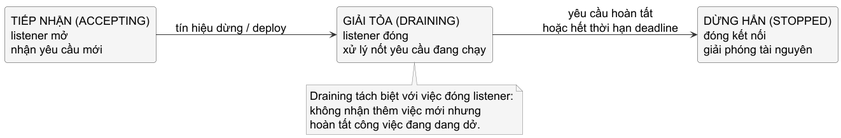
Before: assets/diagrams/http-service-lifecycle.png, a diagram exported from PlantUML (Minhlike/Golang).
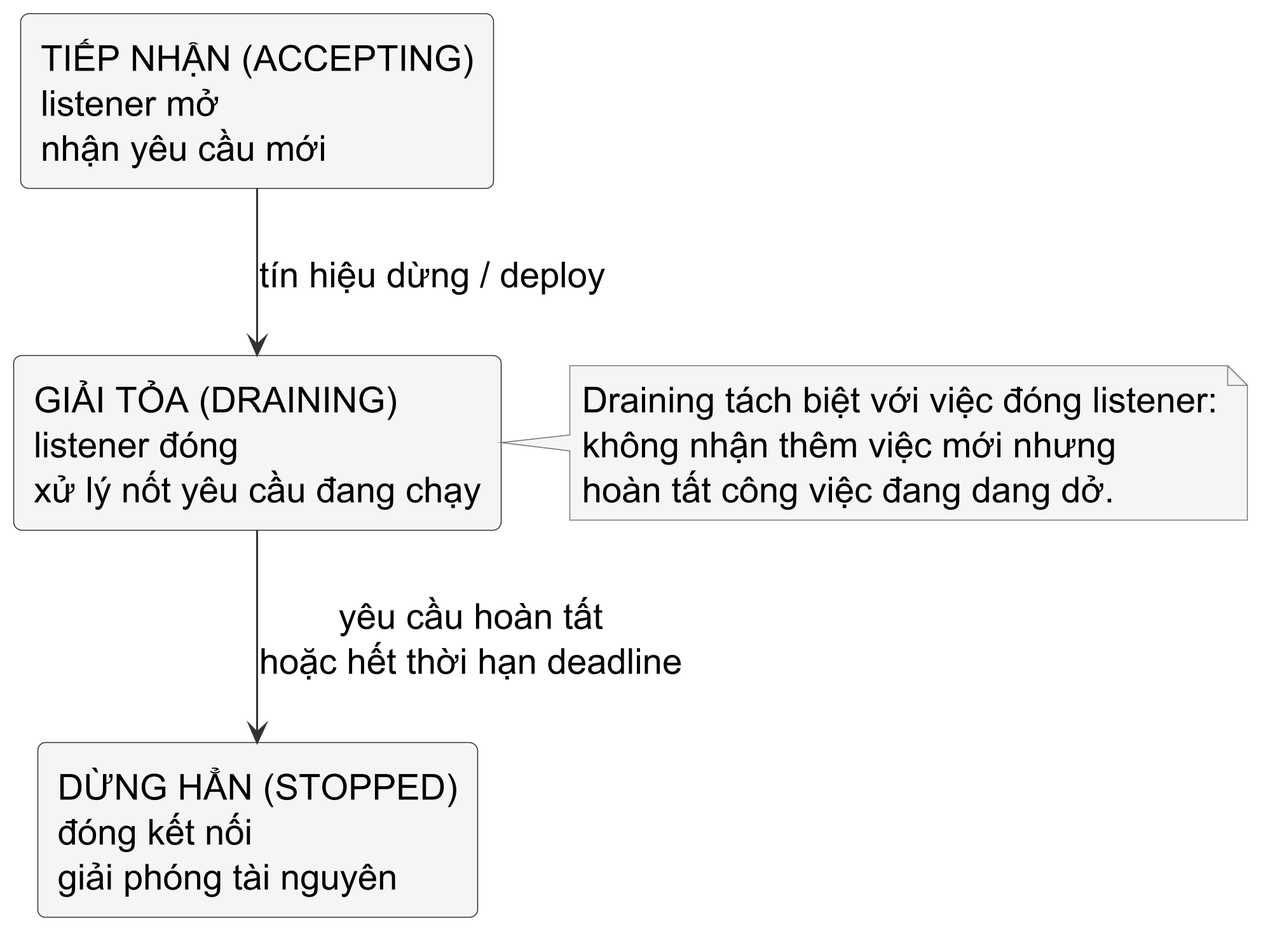
After the change.

What changed in the source:
```diff
@@ -1,4 +1,5 @@
 @startuml
+skinparamlocked dpi 300
 skinparam backgroundColor #FFFFFF
 skinparam shadowing false
 skinparam note {
@@ -15,16 +16,16 @@
   RoundCorner 8
 }
 skinparam arrowColor #333333
-left to right direction
+top to bottom direction
 
 rectangle "TIẾP NHẬN (ACCEPTING)\nlistener mở\nnhận yêu cầu mới" as accepting
 rectangle "GIẢI TỎA (DRAINING)\nlistener đóng\nxử lý nốt yêu cầu đang chạy" as draining
 rectangle "DỪNG HẲN (STOPPED)\nđóng kết nối\ngiải phóng tài nguyên" as stopped
 
-accepting --> draining : tín hiệu dừng / deploy
-draining --> stopped : yêu cầu hoàn tất\nhoặc hết thời hạn deadline
+accepting -down-> draining : tín hiệu dừng / deploy
+draining -down-> stopped : yêu cầu hoàn tất\nhoặc hết thời hạn deadline
 
-note bottom of draining
+note right of draining
   Draining tách biệt với việc đóng listener:
   không nhận thêm việc mới nhưng
   hoàn tất công việc đang dang dở.
```
